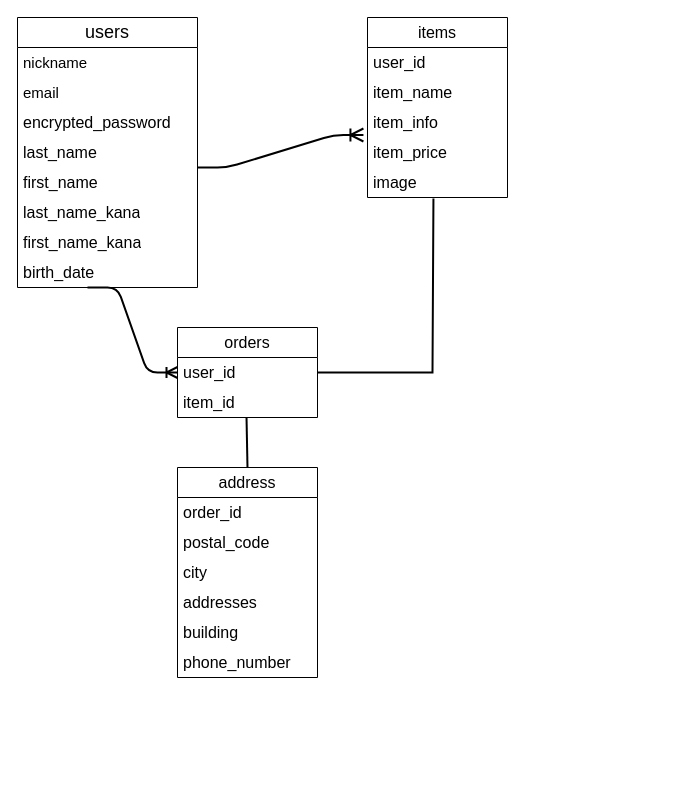
Before: er.dio in koginomama/furima-39434, a draw.io diagram. Source tidied: cells renumbered, new cells numbered last; positions are measured from the earlier drawing's top-left corner, leaving out a move shared by most shapes. Both pictures are drawn from the tidied source at 100%, with x=0, y=0 at pixel (17, 17).
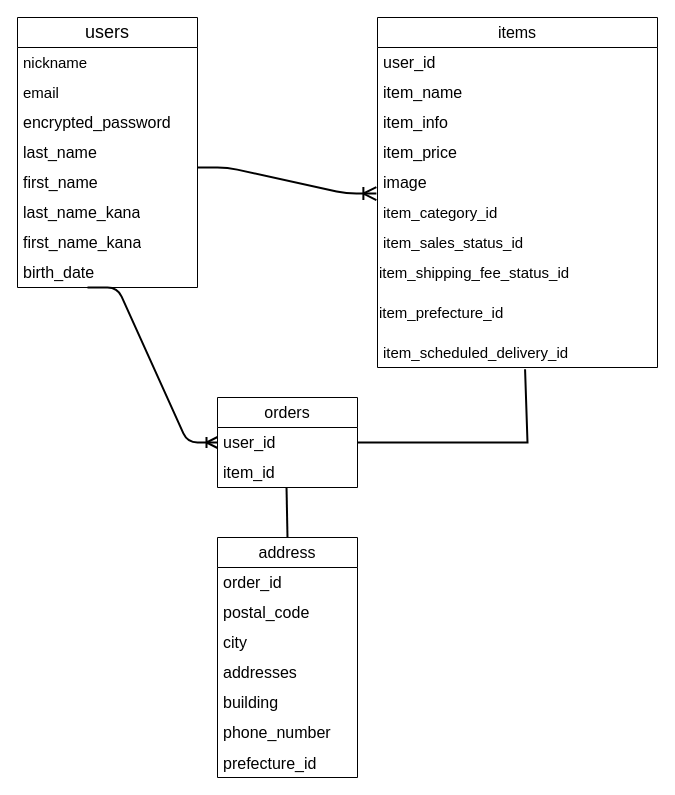
The same diagram, later.

Commit message (it also covers changes not shown here):
データベース修正1

Unchanged cells that the change refers to:
```xml
<mxCell id="18" value="user_id" style="text;strokeColor=none;fillColor=none;align=left;verticalAlign=middle;spacingLeft=4;spacingRight=4;overflow=hidden;points=[[0,0.5],[1,0.5]];portConstraint=eastwest;whiteSpace=wrap;html=1;fontSize=16;" parent="17" vertex="1">
  <mxGeometry y="30" width="140" height="30" as="geometry" />
</mxCell>
```

What changed in the source:
```diff
@@
     <mxCell id="11" value="items" style="swimlane;fontStyle=0;horizontal=1;startSize=30;whiteSpace=wrap;html=1;fontSize=16;" parent="1" vertex="1">
-      <mxGeometry x="350" width="140" height="180" as="geometry" />
+      <mxGeometry x="360" width="280" height="350" as="geometry" />
     </mxCell>
     <mxCell id="12" value="user_id" style="text;strokeColor=none;fillColor=none;align=left;verticalAlign=middle;spacingLeft=4;spacingRight=4;overflow=hidden;whiteSpace=wrap;html=1;fontSize=16;" parent="11" vertex="1">
-      <mxGeometry y="30" width="140" height="30" as="geometry" />
+      <mxGeometry y="30" width="280" height="30" as="geometry" />
     </mxCell>
     <mxCell id="13" value="item_name" style="text;strokeColor=none;fillColor=none;align=left;verticalAlign=middle;spacingLeft=4;spacingRight=4;overflow=hidden;whiteSpace=wrap;html=1;fontSize=16;" parent="11" vertex="1">
-      <mxGeometry y="60" width="140" height="30" as="geometry" />
+      <mxGeometry y="60" width="280" height="30" as="geometry" />
     </mxCell>
     <mxCell id="14" value="item_info" style="text;strokeColor=none;fillColor=none;align=left;verticalAlign=middle;spacingLeft=4;spacingRight=4;overflow=hidden;whiteSpace=wrap;html=1;fontSize=16;" parent="11" vertex="1">
-      <mxGeometry y="90" width="140" height="30" as="geometry" />
+      <mxGeometry y="90" width="280" height="30" as="geometry" />
     </mxCell>
     <mxCell id="15" value="item_price" style="text;strokeColor=none;fillColor=none;align=left;verticalAlign=middle;spacingLeft=4;spacingRight=4;overflow=hidden;points=[[0,0.5],[1,0.5]];portConstraint=eastwest;whiteSpace=wrap;html=1;fontSize=16;" parent="11" vertex="1">
-      <mxGeometry y="120" width="140" height="30" as="geometry" />
+      <mxGeometry y="120" width="280" height="30" as="geometry" />
     </mxCell>
     <mxCell id="16" value="image" style="text;strokeColor=none;fillColor=none;align=left;verticalAlign=middle;spacingLeft=4;spacingRight=4;overflow=hidden;points=[[0,0.5],[1,0.5]];portConstraint=eastwest;whiteSpace=wrap;html=1;fontSize=16;" parent="11" vertex="1">
-      <mxGeometry y="150" width="140" height="30" as="geometry" />
+      <mxGeometry y="150" width="280" height="30" as="geometry" />
     </mxCell>
+    <mxCell id="31" value="item_category_id" style="text;strokeColor=none;fillColor=none;spacingLeft=4;spacingRight=4;overflow=hidden;fontSize=15;" parent="11" vertex="1">
+      <mxGeometry y="180" width="280" height="30" as="geometry" />
+    </mxCell>
+    <mxCell id="32" value="item_sales_status_id" style="text;strokeColor=none;fillColor=none;spacingLeft=4;spacingRight=4;overflow=hidden;fontSize=15;" parent="11" vertex="1">
+      <mxGeometry y="210" width="280" height="30" as="geometry" />
+    </mxCell>
+    <mxCell id="33" value="item_shipping_fee_status_id" style="text;fontSize=15;" parent="11" vertex="1">
+      <mxGeometry y="240" width="280" height="40" as="geometry" />
+    </mxCell>
+    <mxCell id="34" value="item_prefecture_id" style="text;whiteSpace=wrap;fontSize=15;" parent="11" vertex="1">
+      <mxGeometry y="280" width="280" height="40" as="geometry" />
+    </mxCell>
+    <mxCell id="35" value="item_scheduled_delivery_id" style="text;strokeColor=none;fillColor=none;spacingLeft=4;spacingRight=4;overflow=hidden;points=[[0,0.5],[1,0.5]];portConstraint=eastwest;fontSize=15;" parent="11" vertex="1">
+      <mxGeometry y="320" width="280" height="30" as="geometry" />
+    </mxCell>
     <mxCell id="17" value="orders" style="swimlane;fontStyle=0;horizontal=1;startSize=30;whiteSpace=wrap;html=1;fontSize=16;" parent="1" vertex="1">
-      <mxGeometry x="160" y="310" width="140" height="90" as="geometry" />
+      <mxGeometry x="200" y="380" width="140" height="90" as="geometry" />
     </mxCell>
@@
-    <mxCell id="20" style="edgeStyle=entityRelationEdgeStyle;fontSize=12;html=1;endArrow=ERoneToMany;entryX=-0.029;entryY=-0.083;entryDx=0;entryDy=0;entryPerimeter=0;strokeWidth=2;endSize=10;startSize=10;" parent="1" edge="1" target="15">
+    <mxCell id="20" style="edgeStyle=entityRelationEdgeStyle;fontSize=12;html=1;endArrow=ERoneToMany;entryX=-0.004;entryY=0.87;entryDx=0;entryDy=0;entryPerimeter=0;strokeWidth=2;endSize=10;startSize=10;" parent="1" edge="1" target="16">
       <mxGeometry relative="1" as="geometry">
         <mxPoint x="180" y="150" as="sourcePoint" />
       </mxGeometry>
     </mxCell>
@@
-    <mxCell id="22" style="endArrow=none;html=1;rounded=0;fontSize=16;exitX=1;exitY=0.5;exitDx=0;exitDy=0;strokeWidth=2;entryX=0.471;entryY=1.033;entryDx=0;entryDy=0;entryPerimeter=0;" parent="1" edge="1" source="18" target="16">
+    <mxCell id="22" style="endArrow=none;html=1;rounded=0;fontSize=16;exitX=1;exitY=0.5;exitDx=0;exitDy=0;strokeWidth=2;entryX=0.527;entryY=1.056;entryDx=0;entryDy=0;entryPerimeter=0;" parent="1" edge="1" source="18" target="35">
       <mxGeometry relative="1" as="geometry">
         <Array as="points">
-          <mxPoint x="415" y="355" />
+          <mxPoint x="510" y="425" />
         </Array>
       </mxGeometry>
     </mxCell>
     <mxCell id="23" value="address" style="swimlane;fontStyle=0;horizontal=1;startSize=30;whiteSpace=wrap;html=1;fontSize=16;" parent="1" vertex="1">
-      <mxGeometry x="160" y="450" width="140" height="210" as="geometry" />
+      <mxGeometry x="200" y="520" width="140" height="240" as="geometry" />
     </mxCell>
@@
+    <mxCell id="36" value="prefecture_id" style="text;strokeColor=none;fillColor=none;align=left;verticalAlign=middle;spacingLeft=4;spacingRight=4;overflow=hidden;fontSize=16;" parent="23" vertex="1">
+      <mxGeometry y="210" width="140" height="30" as="geometry" />
+    </mxCell>
```
